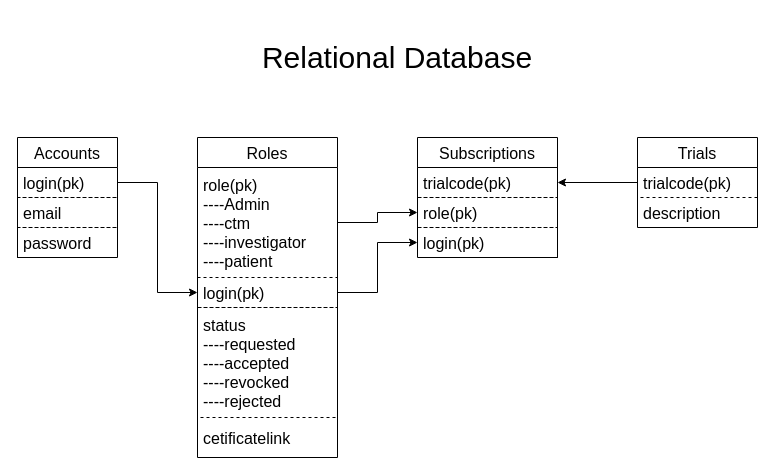
Earlier version of the draw.io diagram page "Database" (3 of 3) of Accelerator.drawio (cricrich2010/Accelerator). Source tidied: cells renumbered, new cells numbered last; positions are measured from the earlier drawing's top-left corner, leaving out a move shared by most shapes. Both pictures are drawn from the tidied source at 100%, with x=0, y=0 at pixel (17, 17).
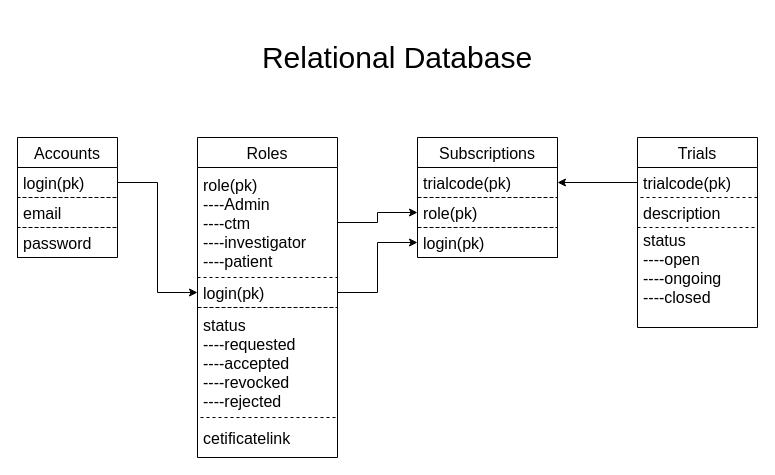
Above is the later version.

Change to the diagram source:
```diff
@@
     <mxCell id="11" value="Trials" style="swimlane;fontStyle=0;horizontal=1;startSize=30;fontSize=16;" parent="1" vertex="1">
-      <mxGeometry x="620" y="120" width="120" height="90" as="geometry" />
+      <mxGeometry x="620" y="120" width="120" height="190" as="geometry" />
     </mxCell>
@@
+    <mxCell id="23" value="status&#10;----open&#10;----ongoing&#10;----closed&#10;" style="text;strokeColor=default;fillColor=none;align=left;verticalAlign=middle;spacingLeft=4;spacingRight=4;overflow=hidden;fontSize=16;dashed=1;" parent="11" vertex="1">
+      <mxGeometry y="90" width="120" height="100" as="geometry" />
+    </mxCell>
```
